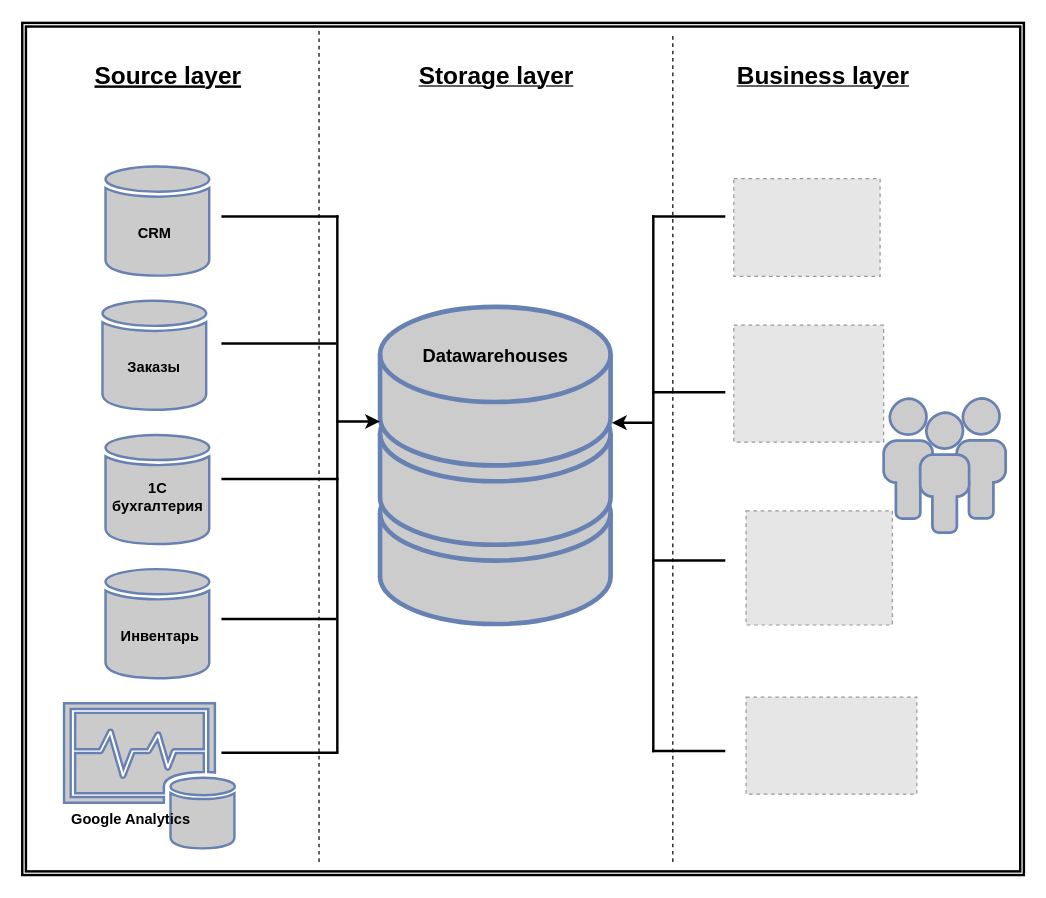
This is de101/module01/DE 1.7.drawio from Arktikaaa/Datalearn, a draw.io file, before an edit. Source tidied: cells renumbered, new cells numbered last; positions are measured from the earlier drawing's top-left corner, leaving out a move shared by most shapes. Both pictures are drawn from the tidied source at 122%, with x=0, y=0 at pixel (50, -52). Pictures stored in the file or linked from it are replaced by grey dashed boxes.
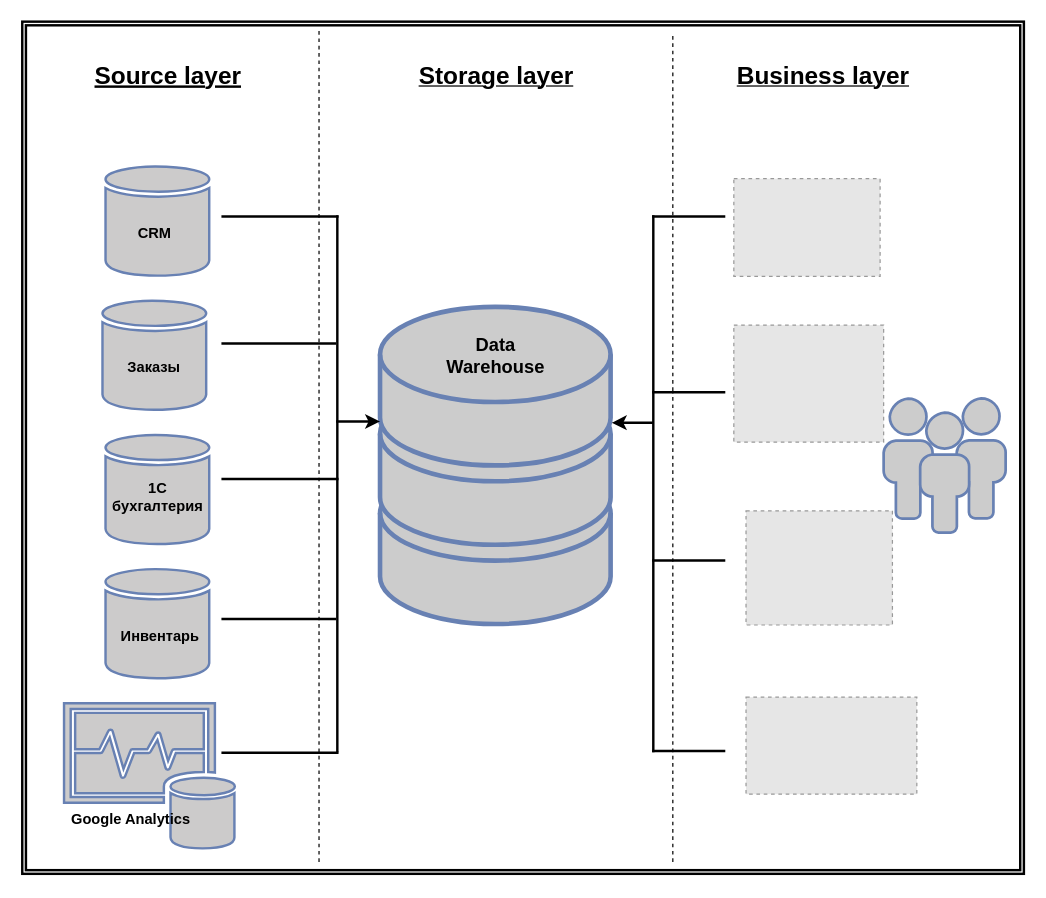
The same diagram, later.

Change to the diagram source:
```diff
@@
-    <mxCell id="37" value="Datawarehouses" style="text;html=1;strokeColor=none;fillColor=none;align=center;verticalAlign=middle;whiteSpace=wrap;rounded=0;fontSize=15;fontFamily=Helvetica;fontColor=default;fontStyle=1;" parent="1" vertex="1">
+    <mxCell id="37" value="Data Warehouse" style="text;html=1;strokeColor=none;fillColor=none;align=center;verticalAlign=middle;whiteSpace=wrap;rounded=0;fontSize=15;fontFamily=Helvetica;fontColor=default;fontStyle=1;" parent="1" vertex="1">
       <mxGeometry x="334.5" y="319" width="60" height="30" as="geometry" />
     </mxCell>
     <mxCell id="38" style="shape=ext;double=1;rounded=0;whiteSpace=wrap;html=1;fontFamily=Helvetica;fontSize=12;fontColor=default;fillColor=none;gradientColor=none;rotation=-90;strokeWidth=2;" parent="1" vertex="1">
-      <mxGeometry x="38" width="698.5" height="821" as="geometry" />
+      <mxGeometry x="38" y="-1" width="698.5" height="821" as="geometry" />
     </mxCell>
```
